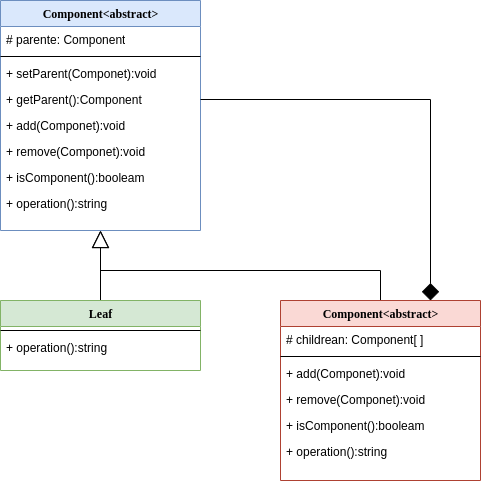
Above: assets/structural/Composite.png in nicolaskruger/designPatterns (draw.io), before the change. Source tidied: cells renumbered, new cells last; positions are measured from the earlier drawing's top-left corner, leaving out a move shared by most shapes.
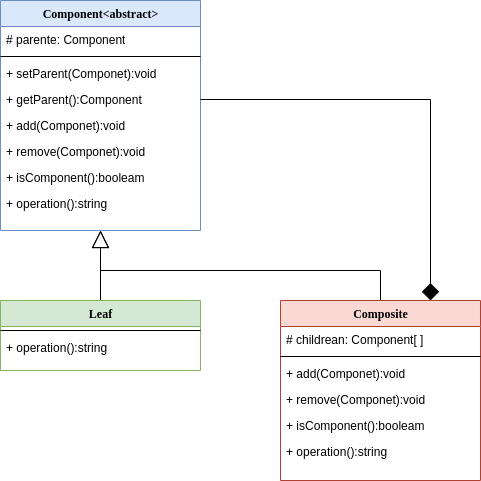
After the commit.

Diff of the diagram source:
```diff
@@ -47,7 +47,7 @@
     <mxCell id="16" style="edgeStyle=orthogonalEdgeStyle;rounded=0;jettySize=auto;html=1;exitX=0.75;exitY=0;exitDx=0;exitDy=0;startArrow=diamond;startFill=1;startSize=15;endArrow=none;endFill=0;" parent="1" edge="1" source="17" target="8">
       <mxGeometry relative="1" as="geometry" />
     </mxCell>
-    <mxCell id="17" value="Component&amp;lt;abstract&amp;gt;" style="swimlane;html=1;fontStyle=1;align=center;verticalAlign=top;horizontal=1;startSize=26;swimlaneFillColor=#ffffff;rounded=0;shadow=0;comic=0;labelBackgroundColor=none;strokeWidth=1;fillColor=#fad9d5;fontFamily=Verdana;fontSize=12;strokeColor=#ae4132;" parent="1" vertex="1">
+    <mxCell id="17" value="Composite" style="swimlane;html=1;fontStyle=1;align=center;verticalAlign=top;horizontal=1;startSize=26;swimlaneFillColor=#ffffff;rounded=0;shadow=0;comic=0;labelBackgroundColor=none;strokeWidth=1;fillColor=#fad9d5;fontFamily=Verdana;fontSize=12;strokeColor=#ae4132;" parent="1" vertex="1">
       <mxGeometry x="280" y="300" width="200" height="180" as="geometry" />
     </mxCell>
     <mxCell id="18" value="# childrean: Component[ ]" style="text;html=1;strokeColor=none;fillColor=none;align=left;verticalAlign=top;spacingLeft=4;spacingRight=4;whiteSpace=wrap;overflow=hidden;" parent="17" vertex="1">
```
